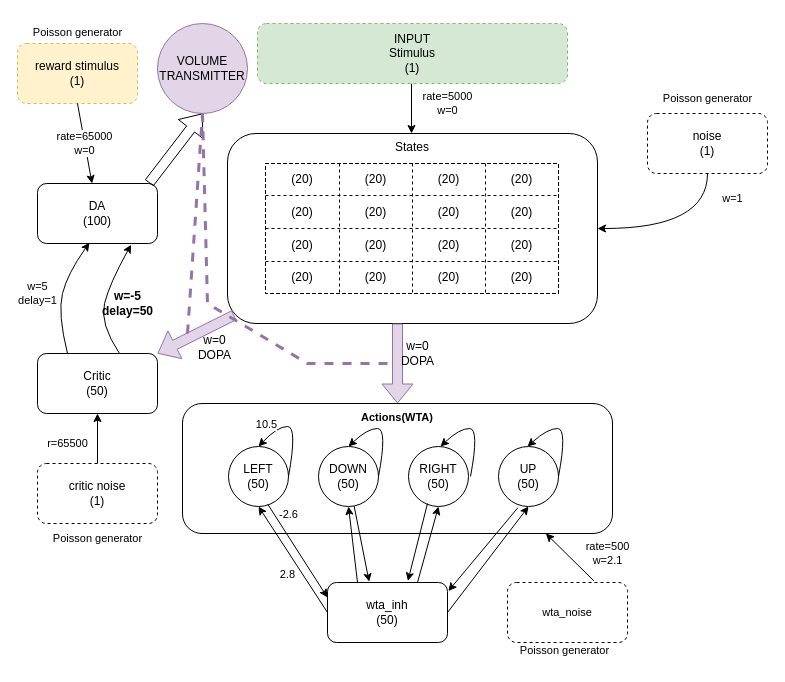
The draw.io diagram doc/variant2_snn_architecture_en.drawio in borkox/uni-sofia-masters-project, before the edit. Source tidied: cells renumbered, new cells numbered last; positions are measured from the earlier drawing's top-left corner, leaving out a move shared by most shapes. Both pictures are drawn from the tidied source at 100%, with x=0, y=0 at pixel (17, 17).
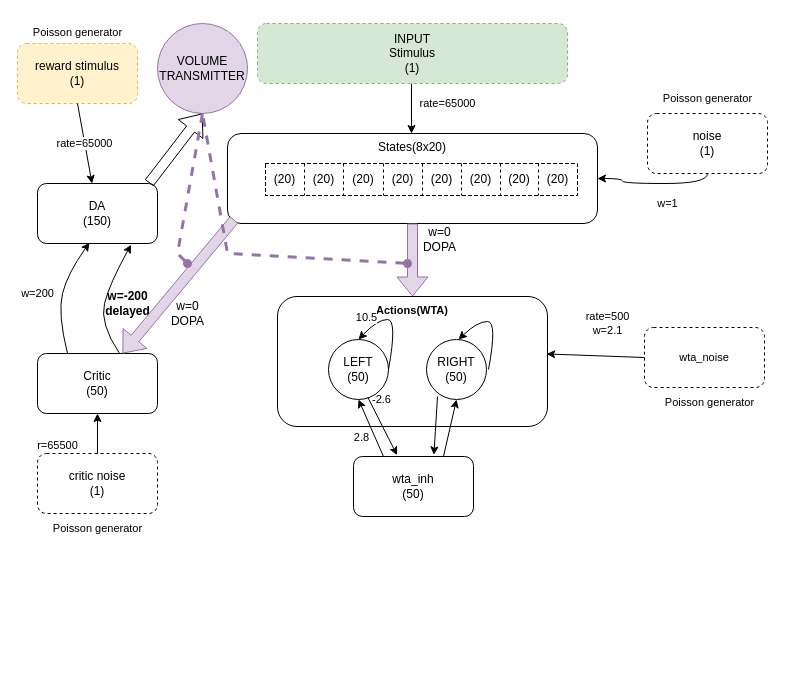
The same diagram, later.

The change refers to these unchanged cells:
```xml
<mxCell id="24" value="noise&lt;br&gt;(1)" style="rounded=1;whiteSpace=wrap;html=1;dashed=1;" parent="1" vertex="1">
  <mxGeometry x="630" y="96" width="120" height="60" as="geometry" />
</mxCell>
<mxCell id="27" value="reward stimulus&lt;br&gt;(1)" style="rounded=1;whiteSpace=wrap;html=1;dashed=1;fillColor=#fff2cc;strokeColor=#d6b656;" parent="1" vertex="1">
  <mxGeometry y="26" width="120" height="60" as="geometry" />
</mxCell>
<mxCell id="29" value="VOLUME&lt;br&gt;TRANSMITTER" style="ellipse;whiteSpace=wrap;html=1;fillColor=#e1d5e7;strokeColor=#9673a6;" parent="1" vertex="1">
  <mxGeometry x="140" y="6" width="90" height="90" as="geometry" />
</mxCell>
<mxCell id="30" value="Critic&lt;br&gt;(50)" style="rounded=1;whiteSpace=wrap;html=1;" parent="1" vertex="1">
  <mxGeometry x="20" y="336" width="120" height="60" as="geometry" />
</mxCell>
```

The edit, as a diff of the source:
```diff
@@
-    <mxCell id="2" value="States&lt;br&gt;" style="rounded=1;whiteSpace=wrap;html=1;verticalAlign=top;" parent="1" vertex="1">
-      <mxGeometry x="210" y="116" width="370" height="190" as="geometry" />
+    <mxCell id="2" value="States(8x20)" style="rounded=1;whiteSpace=wrap;html=1;verticalAlign=top;" parent="1" vertex="1">
+      <mxGeometry x="210" y="116" width="370" height="90" as="geometry" />
     </mxCell>
     <mxCell id="3" style="shape=table;html=1;whiteSpace=wrap;startSize=0;childLayout=tableLayout;swimlaneLine=1;dashed=1;" parent="1" vertex="1">
-      <mxGeometry x="248" y="146" width="293" height="130" as="geometry" />
+      <mxGeometry x="248" y="146" width="312" height="32" as="geometry" />
     </mxCell>
     <mxCell id="4" style="shape=tableRow;horizontal=0;startSize=0;swimlaneHead=0;swimlaneBody=0;top=0;left=0;bottom=0;right=0;fillColor=none;" parent="3" vertex="1">
-      <mxGeometry width="293" height="32" as="geometry" />
+      <mxGeometry width="312" height="32" as="geometry" />
     </mxCell>
+    <mxCell id="68" value="(20)" style="shape=partialRectangle;html=1;whiteSpace=wrap;fillColor=none;top=0;left=0;bottom=0;right=0;overflow=hidden;" parent="4" vertex="1">
+      <mxGeometry width="39" height="32" as="geometry" />
+    </mxCell>
+    <mxCell id="69" value="(20)" style="shape=partialRectangle;html=1;whiteSpace=wrap;fillColor=none;top=0;left=0;bottom=0;right=0;overflow=hidden;" parent="4" vertex="1">
+      <mxGeometry x="39" width="39" height="32" as="geometry" />
+    </mxCell>
+    <mxCell id="70" value="(20)" style="shape=partialRectangle;html=1;whiteSpace=wrap;fillColor=none;top=0;left=0;bottom=0;right=0;overflow=hidden;" parent="4" vertex="1">
+      <mxGeometry x="78" width="40" height="32" as="geometry" />
+    </mxCell>
+    <mxCell id="71" value="(20)" style="shape=partialRectangle;html=1;whiteSpace=wrap;fillColor=none;top=0;left=0;bottom=0;right=0;overflow=hidden;" parent="4" vertex="1">
+      <mxGeometry x="118" width="39" height="32" as="geometry" />
+    </mxCell>
     <mxCell id="5" value="(20)" style="shape=partialRectangle;html=1;whiteSpace=wrap;fillColor=none;top=0;left=0;bottom=0;right=0;overflow=hidden;" parent="4" vertex="1">
-      <mxGeometry width="74" height="32" as="geometry" />
+      <mxGeometry x="157" width="39" height="32" as="geometry" />
     </mxCell>
     <mxCell id="6" value="(20)" style="shape=partialRectangle;html=1;whiteSpace=wrap;fillColor=none;top=0;left=0;bottom=0;right=0;overflow=hidden;" parent="4" vertex="1">
-      <mxGeometry x="74" width="73" height="32" as="geometry" />
+      <mxGeometry x="196" width="39" height="32" as="geometry" />
     </mxCell>
     <mxCell id="7" value="(20)" style="shape=partialRectangle;html=1;whiteSpace=wrap;fillColor=none;top=0;left=0;bottom=0;right=0;overflow=hidden;" parent="4" vertex="1">
-      <mxGeometry x="147" width="73" height="32" as="geometry" />
+      <mxGeometry x="235" width="38" height="32" as="geometry" />
     </mxCell>
     <mxCell id="8" value="(20)" style="shape=partialRectangle;html=1;whiteSpace=wrap;fillColor=none;top=0;left=0;bottom=0;right=0;overflow=hidden;" parent="4" vertex="1">
-      <mxGeometry x="220" width="73" height="32" as="geometry" />
+      <mxGeometry x="273" width="39" height="32" as="geometry" />
     </mxCell>
-    <mxCell id="9" style="shape=tableRow;horizontal=0;startSize=0;swimlaneHead=0;swimlaneBody=0;top=0;left=0;bottom=0;right=0;fillColor=none;" parent="3" vertex="1">
-      <mxGeometry y="32" width="293" height="33" as="geometry" />
-    </mxCell>
-    <mxCell id="10" value="(20)" style="shape=partialRectangle;html=1;whiteSpace=wrap;fillColor=none;top=0;left=0;bottom=0;right=0;overflow=hidden;" parent="9" vertex="1">
-      <mxGeometry width="74" height="33" as="geometry" />
-    </mxCell>
-    <mxCell id="11" value="(20)" style="shape=partialRectangle;html=1;whiteSpace=wrap;fillColor=none;top=0;left=0;bottom=0;right=0;overflow=hidden;" parent="9" vertex="1">
-      <mxGeometry x="74" width="73" height="33" as="geometry" />
-    </mxCell>
-    <mxCell id="12" value="(20)" style="shape=partialRectangle;html=1;whiteSpace=wrap;fillColor=none;top=0;left=0;bottom=0;right=0;overflow=hidden;" parent="9" vertex="1">
-      <mxGeometry x="147" width="73" height="33" as="geometry" />
-    </mxCell>
-    <mxCell id="13" value="(20)" style="shape=partialRectangle;html=1;whiteSpace=wrap;fillColor=none;top=0;left=0;bottom=0;right=0;overflow=hidden;" parent="9" vertex="1">
-      <mxGeometry x="220" width="73" height="33" as="geometry" />
-    </mxCell>
-    <mxCell id="14" style="shape=tableRow;horizontal=0;startSize=0;swimlaneHead=0;swimlaneBody=0;top=0;left=0;bottom=0;right=0;fillColor=none;" parent="3" vertex="1">
-      <mxGeometry y="65" width="293" height="33" as="geometry" />
-    </mxCell>
-    <mxCell id="15" value="(20)" style="shape=partialRectangle;html=1;whiteSpace=wrap;fillColor=none;top=0;left=0;bottom=0;right=0;overflow=hidden;" parent="14" vertex="1">
-      <mxGeometry width="74" height="33" as="geometry" />
-    </mxCell>
-    <mxCell id="16" value="(20)" style="shape=partialRectangle;html=1;whiteSpace=wrap;fillColor=none;top=0;left=0;bottom=0;right=0;overflow=hidden;" parent="14" vertex="1">
-      <mxGeometry x="74" width="73" height="33" as="geometry" />
-    </mxCell>
-    <mxCell id="17" value="(20)" style="shape=partialRectangle;html=1;whiteSpace=wrap;fillColor=none;top=0;left=0;bottom=0;right=0;overflow=hidden;" parent="14" vertex="1">
-      <mxGeometry x="147" width="73" height="33" as="geometry" />
-    </mxCell>
-    <mxCell id="18" value="(20)" style="shape=partialRectangle;html=1;whiteSpace=wrap;fillColor=none;top=0;left=0;bottom=0;right=0;overflow=hidden;" parent="14" vertex="1">
-      <mxGeometry x="220" width="73" height="33" as="geometry" />
-    </mxCell>
-    <mxCell id="19" style="shape=tableRow;horizontal=0;startSize=0;swimlaneHead=0;swimlaneBody=0;top=0;left=0;bottom=0;right=0;fillColor=none;" parent="3" vertex="1">
-      <mxGeometry y="98" width="293" height="32" as="geometry" />
-    </mxCell>
-    <mxCell id="20" value="(20)" style="shape=partialRectangle;html=1;whiteSpace=wrap;fillColor=none;top=0;left=0;bottom=0;right=0;overflow=hidden;" parent="19" vertex="1">
-      <mxGeometry width="74" height="32" as="geometry" />
-    </mxCell>
-    <mxCell id="21" value="(20)" style="shape=partialRectangle;html=1;whiteSpace=wrap;fillColor=none;top=0;left=0;bottom=0;right=0;overflow=hidden;" parent="19" vertex="1">
-      <mxGeometry x="74" width="73" height="32" as="geometry" />
-    </mxCell>
-    <mxCell id="22" value="(20)" style="shape=partialRectangle;html=1;whiteSpace=wrap;fillColor=none;top=0;left=0;bottom=0;right=0;overflow=hidden;" parent="19" vertex="1">
-      <mxGeometry x="147" width="73" height="32" as="geometry" />
-    </mxCell>
-    <mxCell id="23" value="(20)" style="shape=partialRectangle;html=1;whiteSpace=wrap;fillColor=none;top=0;left=0;bottom=0;right=0;overflow=hidden;" parent="19" vertex="1">
-      <mxGeometry x="220" width="73" height="32" as="geometry" />
-    </mxCell>
@@
-    <mxCell id="25" value="&lt;span style=&quot;color: rgb(0, 0, 0); font-family: Helvetica; font-size: 11px; font-style: normal; font-variant-ligatures: normal; font-variant-caps: normal; font-weight: 400; letter-spacing: normal; orphans: 2; text-align: center; text-indent: 0px; text-transform: none; widows: 2; word-spacing: 0px; -webkit-text-stroke-width: 0px; text-decoration-thickness: initial; text-decoration-style: initial; text-decoration-color: initial; float: none; display: inline !important;&quot;&gt;rate=5000&lt;/span&gt;&lt;br style=&quot;color: rgb(0, 0, 0); font-family: Helvetica; font-size: 11px; font-style: normal; font-variant-ligatures: normal; font-variant-caps: normal; font-weight: 400; letter-spacing: normal; orphans: 2; text-align: center; text-indent: 0px; text-transform: none; widows: 2; word-spacing: 0px; -webkit-text-stroke-width: 0px; text-decoration-thickness: initial; text-decoration-style: initial; text-decoration-color: initial;&quot;&gt;&lt;span style=&quot;color: rgb(0, 0, 0); font-family: Helvetica; font-size: 11px; font-style: normal; font-variant-ligatures: normal; font-variant-caps: normal; font-weight: 400; letter-spacing: normal; orphans: 2; text-align: center; text-indent: 0px; text-transform: none; widows: 2; word-spacing: 0px; -webkit-text-stroke-width: 0px; text-decoration-thickness: initial; text-decoration-style: initial; text-decoration-color: initial; float: none; display: inline !important;&quot;&gt;w=0&lt;/span&gt;" style="rounded=1;orthogonalLoop=1;jettySize=auto;html=1;entryX=0.5;entryY=0;entryDx=0;entryDy=0;labelBackgroundColor=none;" parent="1" edge="1">
+    <mxCell id="25" value="&lt;span style=&quot;color: rgb(0, 0, 0); font-family: Helvetica; font-size: 11px; font-style: normal; font-variant-ligatures: normal; font-variant-caps: normal; font-weight: 400; letter-spacing: normal; orphans: 2; text-align: center; text-indent: 0px; text-transform: none; widows: 2; word-spacing: 0px; -webkit-text-stroke-width: 0px; text-decoration-thickness: initial; text-decoration-style: initial; text-decoration-color: initial; float: none; display: inline !important;&quot;&gt;rate=65000&lt;/span&gt;" style="rounded=1;orthogonalLoop=1;jettySize=auto;html=1;entryX=0.5;entryY=0;entryDx=0;entryDy=0;labelBackgroundColor=none;" parent="1" edge="1">
       <mxGeometry x="-0.2" y="36" relative="1" as="geometry">
         <mxPoint x="394" y="66" as="sourcePoint" />
         <mxPoint x="394" y="116" as="targetPoint" />
       </mxGeometry>
     </mxCell>
@@
-    <mxCell id="28" value="DA&lt;br&gt;(100)" style="rounded=1;whiteSpace=wrap;html=1;" parent="1" vertex="1">
+    <mxCell id="28" value="DA&lt;br&gt;(150)" style="rounded=1;whiteSpace=wrap;html=1;" parent="1" vertex="1">
       <mxGeometry x="20" y="166" width="120" height="60" as="geometry" />
     </mxCell>
@@
     <mxCell id="31" value="critic noise&lt;br&gt;(1)" style="rounded=1;whiteSpace=wrap;html=1;dashed=1;" parent="1" vertex="1">
-      <mxGeometry x="20" y="446" width="120" height="60" as="geometry" />
+      <mxGeometry x="20" y="436" width="120" height="60" as="geometry" />
     </mxCell>
     <mxCell id="32" value="&lt;font size=&quot;1&quot; style=&quot;&quot;&gt;&lt;b style=&quot;font-size: 11px;&quot;&gt;Actions(WTA)&lt;/b&gt;&lt;/font&gt;" style="rounded=1;whiteSpace=wrap;html=1;verticalAlign=top;" parent="1" vertex="1">
-      <mxGeometry x="165" y="386" width="430" height="130" as="geometry" />
+      <mxGeometry x="260" y="279" width="270" height="130" as="geometry" />
     </mxCell>
     <mxCell id="33" value="LEFT&lt;br&gt;(50)" style="ellipse;whiteSpace=wrap;html=1;verticalAlign=middle;" parent="1" vertex="1">
-      <mxGeometry x="211" y="429" width="60" height="60" as="geometry" />
+      <mxGeometry x="311" y="322" width="60" height="60" as="geometry" />
     </mxCell>
-    <mxCell id="34" value="DOWN&lt;br&gt;(50)" style="ellipse;whiteSpace=wrap;html=1;verticalAlign=middle;" parent="1" vertex="1">
-      <mxGeometry x="301" y="429" width="60" height="60" as="geometry" />
-    </mxCell>
     <mxCell id="35" value="RIGHT&lt;br&gt;(50)" style="ellipse;whiteSpace=wrap;html=1;verticalAlign=middle;" parent="1" vertex="1">
-      <mxGeometry x="391" y="429" width="60" height="60" as="geometry" />
+      <mxGeometry x="409" y="322" width="60" height="60" as="geometry" />
     </mxCell>
-    <mxCell id="36" value="UP&lt;br&gt;(50)" style="ellipse;whiteSpace=wrap;html=1;verticalAlign=middle;" parent="1" vertex="1">
-      <mxGeometry x="481" y="429" width="60" height="60" as="geometry" />
-    </mxCell>
     <mxCell id="37" style="curved=1;endArrow=classic;html=1;rounded=0;exitX=1;exitY=0.5;exitDx=0;exitDy=0;entryX=0.5;entryY=0;entryDx=0;entryDy=0;" parent="1" edge="1" source="33" target="33">
       <mxGeometry relative="1" as="geometry">
         <Array as="points">
-          <mxPoint x="280" y="409" />
-          <mxPoint x="260" y="409" />
+          <mxPoint x="380" y="302" />
+          <mxPoint x="360" y="302" />
         </Array>
       </mxGeometry>
     </mxCell>
@@
-    <mxCell id="39" style="curved=1;endArrow=classic;html=1;rounded=0;entryX=0.5;entryY=0;entryDx=0;entryDy=0;exitX=1;exitY=0.5;exitDx=0;exitDy=0;" parent="1" edge="1" source="34" target="34">
-      <mxGeometry relative="1" as="geometry">
-        <Array as="points">
-          <mxPoint x="370" y="411" />
-          <mxPoint x="350" y="411" />
-        </Array>
-      </mxGeometry>
-    </mxCell>
     <mxCell id="40" style="curved=1;endArrow=classic;html=1;rounded=0;" parent="1" edge="1">
       <mxGeometry relative="1" as="geometry">
-        <mxPoint x="453" y="459" as="sourcePoint" />
-        <mxPoint x="423" y="429" as="targetPoint" />
+        <mxPoint x="471" y="352" as="sourcePoint" />
+        <mxPoint x="441" y="322" as="targetPoint" />
         <Array as="points">
-          <mxPoint x="462" y="411" />
-          <mxPoint x="442" y="411" />
+          <mxPoint x="480" y="304" />
+          <mxPoint x="460" y="304" />
         </Array>
       </mxGeometry>
     </mxCell>
-    <mxCell id="41" style="curved=1;endArrow=classic;html=1;rounded=0;exitX=1;exitY=0.5;exitDx=0;exitDy=0;" parent="1" edge="1" source="36">
-      <mxGeometry relative="1" as="geometry">
-        <mxPoint x="510" y="429" as="targetPoint" />
-        <Array as="points">
-          <mxPoint x="550" y="411" />
-          <mxPoint x="530" y="411" />
-        </Array>
-      </mxGeometry>
-    </mxCell>
     <mxCell id="42" value="wta_inh&lt;br&gt;(50)" style="rounded=1;whiteSpace=wrap;html=1;" parent="1" vertex="1">
-      <mxGeometry x="310" y="565" width="120" height="60" as="geometry" />
+      <mxGeometry x="336" y="439" width="120" height="60" as="geometry" />
     </mxCell>
-    <mxCell id="43" value="2.8" style="endArrow=classic;html=1;rounded=0;exitX=0;exitY=0.5;exitDx=0;exitDy=0;entryX=0.5;entryY=1;entryDx=0;entryDy=0;labelBackgroundColor=none;" parent="1" edge="1" source="42" target="33">
+    <mxCell id="43" value="2.8" style="endArrow=classic;html=1;rounded=0;exitX=0.25;exitY=0;exitDx=0;exitDy=0;entryX=0.5;entryY=1;entryDx=0;entryDy=0;labelBackgroundColor=none;" parent="1" edge="1" source="42" target="33">
       <mxGeometry x="-0.14" y="12" relative="1" as="geometry">
         <mxPoint y="1" as="offset" />
       </mxGeometry>
     </mxCell>
-    <mxCell id="44" style="endArrow=classic;html=1;rounded=0;exitX=0.25;exitY=0;exitDx=0;exitDy=0;entryX=0.5;entryY=1;entryDx=0;entryDy=0;" parent="1" edge="1" source="42" target="34">
-      <mxGeometry relative="1" as="geometry" />
-    </mxCell>
@@
-    <mxCell id="46" style="endArrow=classic;html=1;rounded=0;exitX=1;exitY=0.5;exitDx=0;exitDy=0;entryX=0.5;entryY=1;entryDx=0;entryDy=0;" parent="1" edge="1" source="42" target="36">
-      <mxGeometry relative="1" as="geometry" />
-    </mxCell>
-    <mxCell id="47" style="endArrow=classic;html=1;rounded=0;entryX=0;entryY=0.25;entryDx=0;entryDy=0;exitX=0.657;exitY=0.967;exitDx=0;exitDy=0;exitPerimeter=0;" parent="1" edge="1" source="33" target="42">
+    <mxCell id="47" style="endArrow=classic;html=1;rounded=0;exitX=0.657;exitY=0.967;exitDx=0;exitDy=0;exitPerimeter=0;entryX=0.363;entryY=-0.023;entryDx=0;entryDy=0;entryPerimeter=0;" parent="1" edge="1" source="33" target="42">
       <mxGeometry relative="1" as="geometry" />
     </mxCell>
@@
-    <mxCell id="49" style="endArrow=classic;html=1;rounded=0;entryX=0.347;entryY=-0.013;entryDx=0;entryDy=0;entryPerimeter=0;" parent="1" edge="1" source="34" target="42">
-      <mxGeometry relative="1" as="geometry" />
-    </mxCell>
     <mxCell id="50" style="endArrow=classic;html=1;rounded=0;entryX=0.67;entryY=-0.027;entryDx=0;entryDy=0;entryPerimeter=0;" parent="1" edge="1" target="42">
       <mxGeometry relative="1" as="geometry">
-        <mxPoint x="410" y="486" as="sourcePoint" />
+        <mxPoint x="420" y="379" as="sourcePoint" />
       </mxGeometry>
     </mxCell>
-    <mxCell id="51" style="endArrow=classic;html=1;rounded=0;exitX=0.323;exitY=1.02;exitDx=0;exitDy=0;exitPerimeter=0;entryX=1.007;entryY=0.143;entryDx=0;entryDy=0;entryPerimeter=0;" parent="1" edge="1" source="36" target="42">
-      <mxGeometry relative="1" as="geometry" />
-    </mxCell>
     <mxCell id="52" value="r=65500" style="endArrow=classic;html=1;rounded=0;entryX=0.5;entryY=1;entryDx=0;entryDy=0;exitX=0.5;exitY=0;exitDx=0;exitDy=0;labelBackgroundColor=none;" parent="1" edge="1" source="31" target="30">
-      <mxGeometry x="-0.2" y="30" relative="1" as="geometry" />
+      <mxGeometry x="-0.6" y="40" relative="1" as="geometry" />
     </mxCell>
@@
-    <mxCell id="54" value="rate=65000&lt;br&gt;w=0" style="endArrow=classic;html=1;rounded=0;exitX=0.5;exitY=1;exitDx=0;exitDy=0;" parent="1" edge="1" source="27" target="28">
+    <mxCell id="54" value="rate=65000" style="endArrow=classic;html=1;rounded=0;exitX=0.5;exitY=1;exitDx=0;exitDy=0;" parent="1" edge="1" source="27" target="28">
       <mxGeometry relative="1" as="geometry" />
     </mxCell>
-    <mxCell id="55" value="w=5&lt;br&gt;delay=1" style="curved=1;endArrow=classic;html=1;rounded=0;exitX=0.25;exitY=0;exitDx=0;exitDy=0;entryX=0.433;entryY=0.987;entryDx=0;entryDy=0;entryPerimeter=0;labelBackgroundColor=none;" parent="1" edge="1" source="30" target="28">
+    <mxCell id="55" value="w=200" style="curved=1;endArrow=classic;html=1;rounded=0;exitX=0.25;exitY=0;exitDx=0;exitDy=0;entryX=0.433;entryY=0.987;entryDx=0;entryDy=0;entryPerimeter=0;labelBackgroundColor=none;" parent="1" edge="1" source="30" target="28">
       <mxGeometry x="-0.07" y="24" relative="1" as="geometry">
         <Array as="points">
           <mxPoint x="40" y="296" />
           <mxPoint x="50" y="256" />
         </Array>
       </mxGeometry>
     </mxCell>
-    <mxCell id="56" value="w=-5&lt;br style=&quot;font-size: 12px;&quot;&gt;delay=50" style="curved=1;endArrow=classic;html=1;rounded=0;exitX=0.5;exitY=0;exitDx=0;exitDy=0;entryX=0.597;entryY=1.02;entryDx=0;entryDy=0;entryPerimeter=0;fontStyle=1;fontSize=12;labelBackgroundColor=none;" parent="1" edge="1">
+    <mxCell id="56" value="w=-200&lt;br style=&quot;font-size: 12px;&quot;&gt;delayed" style="curved=1;endArrow=classic;html=1;rounded=0;exitX=0.5;exitY=0;exitDx=0;exitDy=0;entryX=0.597;entryY=1.02;entryDx=0;entryDy=0;entryPerimeter=0;fontStyle=1;fontSize=12;labelBackgroundColor=none;" parent="1" edge="1">
       <mxGeometry x="0.02" y="-22" relative="1" as="geometry">
         <mxPoint x="102" y="336" as="sourcePoint" />
         <mxPoint x="113.6" y="227.2" as="targetPoint" />
         <Array as="points">
           <mxPoint x="82" y="306" />
           <mxPoint x="92" y="266" />
         </Array>
       </mxGeometry>
     </mxCell>
-    <mxCell id="57" value="w=0&lt;br&gt;DOPA" style="shape=flexArrow;endArrow=classic;html=1;rounded=0;fontSize=12;entryX=0.5;entryY=0;entryDx=0;entryDy=0;fillColor=#e1d5e7;strokeColor=#9673a6;labelBackgroundColor=none;" parent="1" edge="1" target="32">
-      <mxGeometry x="-0.25" y="20" relative="1" as="geometry">
-        <mxPoint x="380" y="306" as="sourcePoint" />
-      </mxGeometry>
+    <mxCell id="57" value="w=0&lt;br&gt;DOPA" style="shape=flexArrow;endArrow=classic;html=1;rounded=0;fontSize=12;entryX=0.5;entryY=0;entryDx=0;entryDy=0;fillColor=#e1d5e7;strokeColor=#9673a6;labelBackgroundColor=none;exitX=0.5;exitY=1;exitDx=0;exitDy=0;" parent="1" edge="1" source="2" target="32">
+      <mxGeometry x="-0.57" y="27" relative="1" as="geometry" />
     </mxCell>
     <mxCell id="58" value="w=0&lt;br&gt;DOPA" style="shape=flexArrow;endArrow=classic;html=1;rounded=0;fontSize=12;fillColor=#e1d5e7;strokeColor=#9673a6;exitX=0.018;exitY=0.956;exitDx=0;exitDy=0;exitPerimeter=0;labelBackgroundColor=none;" parent="1" edge="1" source="2" target="30">
-      <mxGeometry x="-0.25" y="20" relative="1" as="geometry" />
+      <mxGeometry x="0.17" y="24" relative="1" as="geometry" />
     </mxCell>
     <mxCell id="59" value="wta_noise" style="rounded=1;whiteSpace=wrap;html=1;fontSize=11;dashed=1;" parent="1" vertex="1">
-      <mxGeometry x="490" y="565" width="120" height="60" as="geometry" />
+      <mxGeometry x="627" y="310" width="120" height="60" as="geometry" />
     </mxCell>
-    <mxCell id="60" value="rate=500&lt;br&gt;w=2.1" style="endArrow=classic;html=1;rounded=0;fontSize=11;exitX=0.687;exitY=-0.043;exitDx=0;exitDy=0;entryX=0.845;entryY=1;entryDx=0;entryDy=0;entryPerimeter=0;exitPerimeter=0;labelBackgroundColor=none;" parent="1" edge="1" target="32">
-      <mxGeometry x="-0.72" y="-29" relative="1" as="geometry">
-        <mxPoint x="576.4" y="563.4" as="sourcePoint" />
-      </mxGeometry>
+    <mxCell id="60" value="rate=500&lt;br&gt;w=2.1" style="endArrow=classic;html=1;rounded=0;fontSize=11;exitX=0;exitY=0.5;exitDx=0;exitDy=0;entryX=0.997;entryY=0.442;entryDx=0;entryDy=0;entryPerimeter=0;labelBackgroundColor=none;" parent="1" edge="1" source="59" target="32">
+      <mxGeometry x="-0.22" y="-33" relative="1" as="geometry" />
     </mxCell>
     <mxCell id="61" value="w=1" style="endArrow=classic;html=1;fontSize=11;exitX=0.5;exitY=1;exitDx=0;exitDy=0;labelBackgroundColor=none;edgeStyle=orthogonalEdgeStyle;curved=1;entryX=1;entryY=0.5;entryDx=0;entryDy=0;" parent="1" edge="1" source="24" target="2">
-      <mxGeometry x="-0.7" y="25" relative="1" as="geometry" />
+      <mxGeometry x="-0.2" y="20" relative="1" as="geometry" />
     </mxCell>
@@
     <mxCell id="63" value="Poisson generator" style="text;html=1;align=center;verticalAlign=middle;strokeColor=none;fillColor=none;fontSize=11;" parent="1" vertex="1">
-      <mxGeometry x="25" y="506" width="110" height="30" as="geometry" />
+      <mxGeometry x="25" y="496" width="110" height="30" as="geometry" />
     </mxCell>
@@
     <mxCell id="65" value="Poisson generator" style="text;html=1;align=center;verticalAlign=middle;strokeColor=none;fillColor=none;fontSize=11;" parent="1" vertex="1">
-      <mxGeometry x="492" y="618" width="110" height="30" as="geometry" />
+      <mxGeometry x="637" y="370" width="110" height="30" as="geometry" />
     </mxCell>
-    <mxCell id="66" style="endArrow=none;dashed=1;html=1;rounded=0;entryX=0.5;entryY=1;entryDx=0;entryDy=0;fillColor=#e1d5e7;strokeColor=#9673a6;strokeWidth=3;" parent="1" edge="1" target="29">
+    <mxCell id="66" style="endArrow=none;dashed=1;html=1;rounded=0;entryX=0.5;entryY=1;entryDx=0;entryDy=0;fillColor=#e1d5e7;strokeColor=#9673a6;strokeWidth=3;startArrow=oval;startFill=1;" parent="1" edge="1" target="29">
       <mxGeometry relative="1" as="geometry">
-        <mxPoint x="170" y="316" as="sourcePoint" />
+        <mxPoint x="170" y="246" as="sourcePoint" />
+        <Array as="points">
+          <mxPoint x="160" y="236" />
+        </Array>
       </mxGeometry>
     </mxCell>
-    <mxCell id="67" style="endArrow=none;dashed=1;html=1;rounded=0;entryX=0.5;entryY=1;entryDx=0;entryDy=0;fillColor=#e1d5e7;strokeColor=#9673a6;strokeWidth=3;" parent="1" edge="1" target="29">
+    <mxCell id="67" style="endArrow=none;dashed=1;html=1;rounded=0;entryX=0.5;entryY=1;entryDx=0;entryDy=0;fillColor=#e1d5e7;strokeColor=#9673a6;strokeWidth=3;startArrow=oval;startFill=1;" parent="1" edge="1" target="29">
       <mxGeometry relative="1" as="geometry">
-        <mxPoint x="370" y="346" as="sourcePoint" />
+        <mxPoint x="390" y="246" as="sourcePoint" />
         <Array as="points">
-          <mxPoint x="290" y="346" />
-          <mxPoint x="190" y="286" />
+          <mxPoint x="210" y="236" />
         </Array>
       </mxGeometry>
     </mxCell>
```
